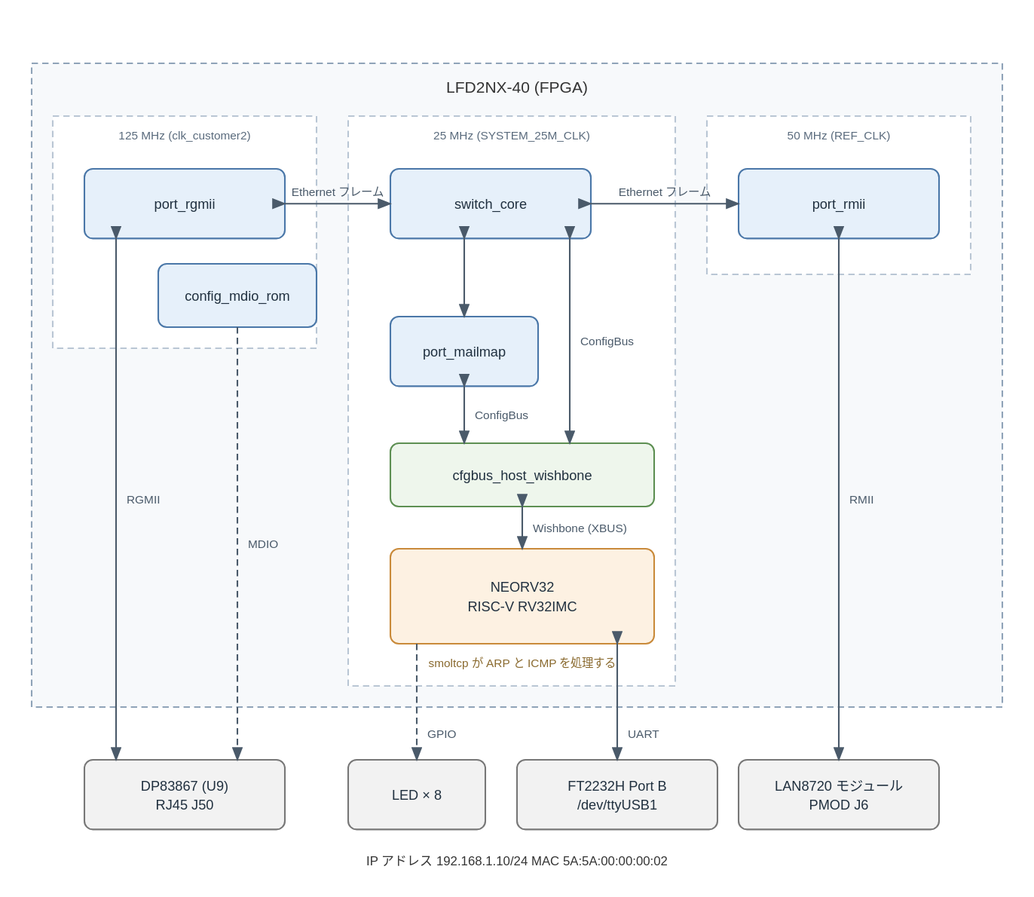
Before: projects/managed_switch/doc/managed_switch_block.drawio.svg, a diagram exported from draw.io (miya930/certus-nx-hello). Source tidied: cells renumbered, new cells last; positions are measured from the earlier drawing's top-left corner, leaving out a move shared by most shapes.
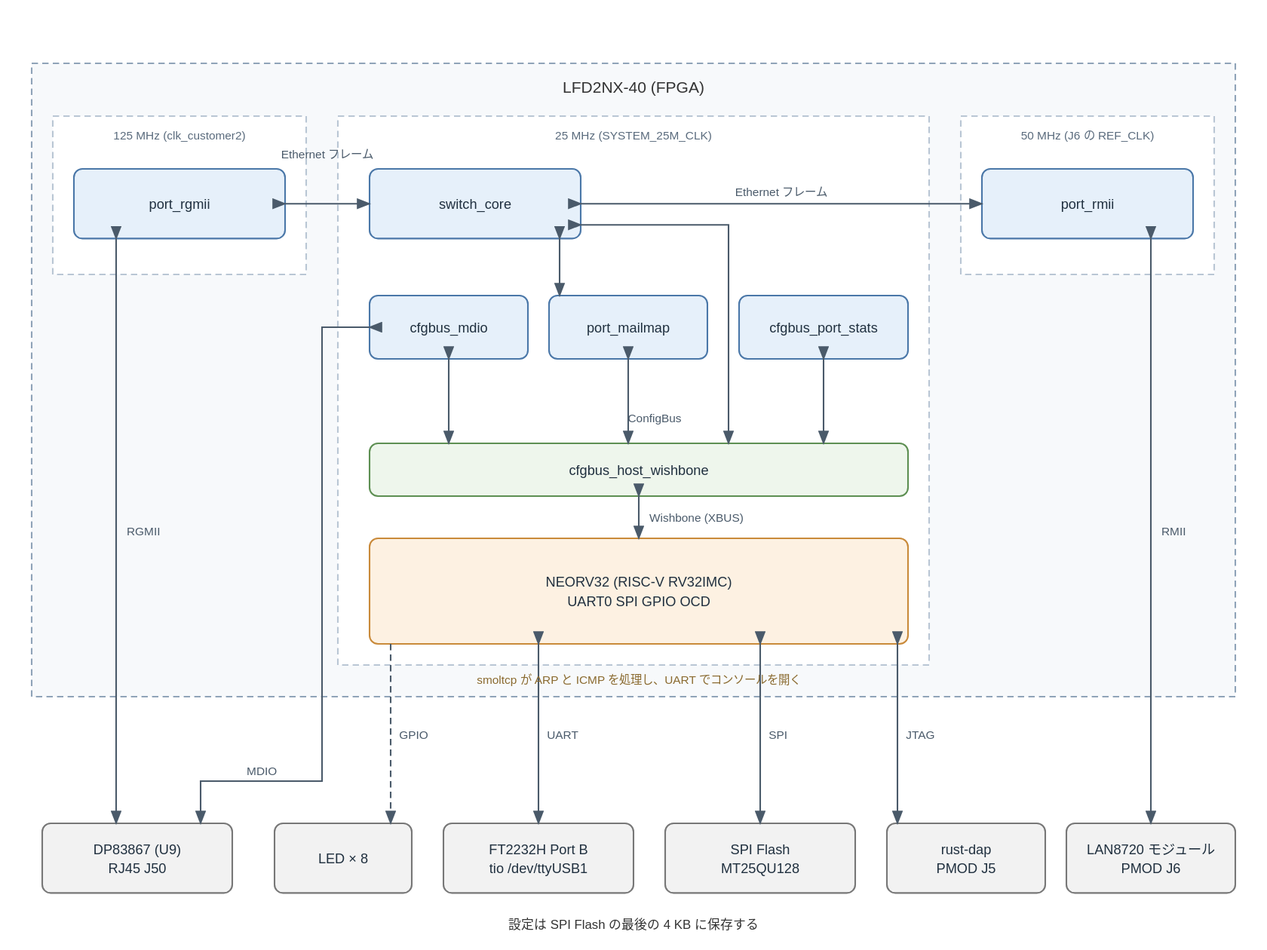
Above is the later version.

What changed in the source:
```diff
@@ -3,133 +3,174 @@
     <mxCell id="0" />
     <mxCell id="1" parent="0" />
     <mxCell id="2" style="rounded=0;dashed=1;dashPattern=6 4;whiteSpace=wrap;html=1;fillColor=#f7f9fb;strokeColor=#8fa3b8;verticalAlign=middle;fontSize=13;" parent="1" vertex="1">
-      <mxGeometry x="55" width="920" height="610" as="geometry" />
+      <mxGeometry x="55" width="1140" height="600" as="geometry" />
     </mxCell>
     <mxCell id="3" style="rounded=0;dashed=1;dashPattern=6 4;whiteSpace=wrap;html=1;fillColor=#ffffff;strokeColor=#b9c6d4;verticalAlign=middle;fontSize=13;" parent="1" vertex="1">
-      <mxGeometry x="75" y="50" width="250" height="220" as="geometry" />
+      <mxGeometry x="75" y="50" width="240" height="150" as="geometry" />
     </mxCell>
     <mxCell id="4" style="rounded=0;dashed=1;dashPattern=6 4;whiteSpace=wrap;html=1;fillColor=#ffffff;strokeColor=#b9c6d4;verticalAlign=middle;fontSize=13;" parent="1" vertex="1">
-      <mxGeometry x="355" y="50" width="310" height="540" as="geometry" />
+      <mxGeometry x="345" y="50" width="560" height="520" as="geometry" />
     </mxCell>
     <mxCell id="5" style="rounded=0;dashed=1;dashPattern=6 4;whiteSpace=wrap;html=1;fillColor=#ffffff;strokeColor=#b9c6d4;verticalAlign=middle;fontSize=13;" parent="1" vertex="1">
-      <mxGeometry x="695" y="50" width="250" height="150" as="geometry" />
+      <mxGeometry x="935" y="50" width="240" height="150" as="geometry" />
     </mxCell>
     <mxCell id="6" value="port_rgmii" style="rounded=1;arcSize=8;dashed=0;whiteSpace=wrap;html=1;fillColor=#e6f0fa;strokeColor=#4a77a8;verticalAlign=middle;fontSize=13;" parent="1" vertex="1">
-      <mxGeometry x="105" y="100" width="190" height="66" as="geometry" />
+      <mxGeometry x="95" y="100" width="200" height="66" as="geometry" />
     </mxCell>
-    <mxCell id="7" value="config_mdio_rom" style="rounded=1;arcSize=8;dashed=0;whiteSpace=wrap;html=1;fillColor=#e6f0fa;strokeColor=#4a77a8;verticalAlign=middle;fontSize=13;" parent="1" vertex="1">
-      <mxGeometry x="175" y="190" width="150" height="60" as="geometry" />
-    </mxCell>
     <mxCell id="8" value="switch_core" style="rounded=1;arcSize=8;dashed=0;whiteSpace=wrap;html=1;fillColor=#e6f0fa;strokeColor=#4a77a8;verticalAlign=middle;fontSize=13;" parent="1" vertex="1">
-      <mxGeometry x="395" y="100" width="190" height="66" as="geometry" />
+      <mxGeometry x="375" y="100" width="200" height="66" as="geometry" />
     </mxCell>
     <mxCell id="9" value="port_rmii" style="rounded=1;arcSize=8;dashed=0;whiteSpace=wrap;html=1;fillColor=#e6f0fa;strokeColor=#4a77a8;verticalAlign=middle;fontSize=13;" parent="1" vertex="1">
-      <mxGeometry x="725" y="100" width="190" height="66" as="geometry" />
+      <mxGeometry x="955" y="100" width="200" height="66" as="geometry" />
     </mxCell>
+    <mxCell id="7" value="cfgbus_mdio" style="rounded=1;arcSize=8;dashed=0;whiteSpace=wrap;html=1;fillColor=#e6f0fa;strokeColor=#4a77a8;verticalAlign=middle;fontSize=13;" parent="1" vertex="1">
+      <mxGeometry x="375" y="220" width="150" height="60" as="geometry" />
+    </mxCell>
     <mxCell id="10" value="port_mailmap" style="rounded=1;arcSize=8;dashed=0;whiteSpace=wrap;html=1;fillColor=#e6f0fa;strokeColor=#4a77a8;verticalAlign=middle;fontSize=13;" parent="1" vertex="1">
-      <mxGeometry x="395" y="240" width="140" height="66" as="geometry" />
+      <mxGeometry x="545" y="220" width="150" height="60" as="geometry" />
     </mxCell>
+    <mxCell id="34" value="cfgbus_port_stats" style="rounded=1;arcSize=8;dashed=0;whiteSpace=wrap;html=1;fillColor=#e6f0fa;strokeColor=#4a77a8;verticalAlign=middle;fontSize=13;" parent="1" vertex="1">
+      <mxGeometry x="725" y="220" width="160" height="60" as="geometry" />
+    </mxCell>
     <mxCell id="11" value="cfgbus_host_wishbone" style="rounded=1;arcSize=8;dashed=0;whiteSpace=wrap;html=1;fillColor=#eef6ec;strokeColor=#5d8f52;verticalAlign=middle;fontSize=13;" parent="1" vertex="1">
-      <mxGeometry x="395" y="360" width="250" height="60" as="geometry" />
+      <mxGeometry x="375" y="360" width="510" height="50" as="geometry" />
     </mxCell>
-    <mxCell id="12" value="NEORV32&#10;RISC-V RV32IMC" style="rounded=1;arcSize=8;dashed=0;whiteSpace=wrap;html=1;fillColor=#fdf1e2;strokeColor=#c98a3a;verticalAlign=middle;fontSize=13;" parent="1" vertex="1">
-      <mxGeometry x="395" y="460" width="250" height="90" as="geometry" />
+    <mxCell id="12" value="NEORV32 (RISC-V RV32IMC)&#10;UART0   SPI   GPIO   OCD" style="rounded=1;arcSize=8;dashed=0;whiteSpace=wrap;html=1;fillColor=#fdf1e2;strokeColor=#c98a3a;verticalAlign=middle;fontSize=13;" parent="1" vertex="1">
+      <mxGeometry x="375" y="450" width="510" height="100" as="geometry" />
     </mxCell>
     <mxCell id="13" value="DP83867 (U9)&#10;RJ45 J50" style="rounded=1;arcSize=8;dashed=0;whiteSpace=wrap;html=1;fillColor=#f2f2f2;strokeColor=#777777;verticalAlign=middle;fontSize=13;" parent="1" vertex="1">
-      <mxGeometry x="105" y="660" width="190" height="66" as="geometry" />
+      <mxGeometry x="65" y="720" width="180" height="66" as="geometry" />
     </mxCell>
     <mxCell id="14" value="LED × 8" style="rounded=1;arcSize=8;dashed=0;whiteSpace=wrap;html=1;fillColor=#f2f2f2;strokeColor=#777777;verticalAlign=middle;fontSize=13;" parent="1" vertex="1">
-      <mxGeometry x="355" y="660" width="130" height="66" as="geometry" />
+      <mxGeometry x="285" y="720" width="130" height="66" as="geometry" />
     </mxCell>
-    <mxCell id="15" value="FT2232H Port B&#10;/dev/ttyUSB1" style="rounded=1;arcSize=8;dashed=0;whiteSpace=wrap;html=1;fillColor=#f2f2f2;strokeColor=#777777;verticalAlign=middle;fontSize=13;" parent="1" vertex="1">
-      <mxGeometry x="515" y="660" width="190" height="66" as="geometry" />
+    <mxCell id="15" value="FT2232H Port B&#10;tio /dev/ttyUSB1" style="rounded=1;arcSize=8;dashed=0;whiteSpace=wrap;html=1;fillColor=#f2f2f2;strokeColor=#777777;verticalAlign=middle;fontSize=13;" parent="1" vertex="1">
+      <mxGeometry x="445" y="720" width="180" height="66" as="geometry" />
     </mxCell>
+    <mxCell id="35" value="SPI Flash&#10;MT25QU128" style="rounded=1;arcSize=8;dashed=0;whiteSpace=wrap;html=1;fillColor=#f2f2f2;strokeColor=#777777;verticalAlign=middle;fontSize=13;" parent="1" vertex="1">
+      <mxGeometry x="655" y="720" width="180" height="66" as="geometry" />
+    </mxCell>
+    <mxCell id="36" value="rust-dap&#10;PMOD J5" style="rounded=1;arcSize=8;dashed=0;whiteSpace=wrap;html=1;fillColor=#f2f2f2;strokeColor=#777777;verticalAlign=middle;fontSize=13;" parent="1" vertex="1">
+      <mxGeometry x="865" y="720" width="150" height="66" as="geometry" />
+    </mxCell>
     <mxCell id="16" value="LAN8720 モジュール&#10;PMOD J6" style="rounded=1;arcSize=8;dashed=0;whiteSpace=wrap;html=1;fillColor=#f2f2f2;strokeColor=#777777;verticalAlign=middle;fontSize=13;" parent="1" vertex="1">
-      <mxGeometry x="725" y="660" width="190" height="66" as="geometry" />
+      <mxGeometry x="1035" y="720" width="160" height="66" as="geometry" />
     </mxCell>
     <mxCell id="17" value="Ethernet フレーム" style="edgeStyle=orthogonalEdgeStyle;html=1;endArrow=classic;endFill=1;startArrow=classic;startFill=1;strokeColor=#4a5a6a;fontSize=11;" parent="1" edge="1">
       <mxGeometry relative="1" as="geometry">
         <mxPoint x="295" y="133" as="sourcePoint" />
-        <mxPoint x="395" y="133" as="targetPoint" />
+        <mxPoint x="375" y="133" as="targetPoint" />
       </mxGeometry>
     </mxCell>
     <mxCell id="18" value="Ethernet フレーム" style="edgeStyle=orthogonalEdgeStyle;html=1;endArrow=classic;endFill=1;startArrow=classic;startFill=1;strokeColor=#4a5a6a;fontSize=11;" parent="1" edge="1">
       <mxGeometry relative="1" as="geometry">
-        <mxPoint x="585" y="133" as="sourcePoint" />
-        <mxPoint x="725" y="133" as="targetPoint" />
+        <mxPoint x="575" y="133" as="sourcePoint" />
+        <mxPoint x="955" y="133" as="targetPoint" />
       </mxGeometry>
     </mxCell>
     <mxCell id="19" style="edgeStyle=orthogonalEdgeStyle;html=1;endArrow=classic;endFill=1;startArrow=classic;startFill=1;strokeColor=#4a5a6a;fontSize=11;" parent="1" edge="1">
       <mxGeometry relative="1" as="geometry">
-        <mxPoint x="465" y="166" as="sourcePoint" />
-        <mxPoint x="465" y="240" as="targetPoint" />
+        <mxPoint x="555" y="166" as="sourcePoint" />
+        <mxPoint x="555" y="220" as="targetPoint" />
       </mxGeometry>
     </mxCell>
     <mxCell id="20" value="ConfigBus" style="edgeStyle=orthogonalEdgeStyle;html=1;endArrow=classic;endFill=1;startArrow=classic;startFill=1;strokeColor=#4a5a6a;fontSize=11;" parent="1" edge="1">
       <mxGeometry relative="1" as="geometry">
-        <mxPoint x="565" y="166" as="sourcePoint" />
-        <mxPoint x="565" y="360" as="targetPoint" />
+        <mxPoint x="575" y="153" as="sourcePoint" />
+        <mxPoint x="715" y="360" as="targetPoint" />
+        <Array as="points">
+          <mxPoint x="715" y="153" />
+        </Array>
       </mxGeometry>
     </mxCell>
-    <mxCell id="21" value="ConfigBus" style="edgeStyle=orthogonalEdgeStyle;html=1;endArrow=classic;endFill=1;startArrow=classic;startFill=1;strokeColor=#4a5a6a;fontSize=11;" parent="1" edge="1">
+    <mxCell id="21" style="edgeStyle=orthogonalEdgeStyle;html=1;endArrow=classic;endFill=1;startArrow=classic;startFill=1;strokeColor=#4a5a6a;fontSize=11;" parent="1" edge="1">
       <mxGeometry relative="1" as="geometry">
-        <mxPoint x="465" y="306" as="sourcePoint" />
-        <mxPoint x="465" y="360" as="targetPoint" />
+        <mxPoint x="450" y="280" as="sourcePoint" />
+        <mxPoint x="450" y="360" as="targetPoint" />
       </mxGeometry>
     </mxCell>
-    <mxCell id="22" value="Wishbone (XBUS)" style="edgeStyle=orthogonalEdgeStyle;html=1;endArrow=classic;endFill=1;startArrow=classic;startFill=1;strokeColor=#4a5a6a;fontSize=11;" parent="1" edge="1">
+    <mxCell id="22" style="edgeStyle=orthogonalEdgeStyle;html=1;endArrow=classic;endFill=1;startArrow=classic;startFill=1;strokeColor=#4a5a6a;fontSize=11;" parent="1" edge="1">
       <mxGeometry relative="1" as="geometry">
-        <mxPoint x="520" y="420" as="sourcePoint" />
-        <mxPoint x="520" y="460" as="targetPoint" />
+        <mxPoint x="620" y="280" as="sourcePoint" />
+        <mxPoint x="620" y="360" as="targetPoint" />
       </mxGeometry>
     </mxCell>
-    <mxCell id="23" value="RGMII" style="edgeStyle=orthogonalEdgeStyle;html=1;endArrow=classic;endFill=1;startArrow=classic;startFill=1;strokeColor=#4a5a6a;fontSize=11;" parent="1" edge="1">
+    <mxCell id="23" style="edgeStyle=orthogonalEdgeStyle;html=1;endArrow=classic;endFill=1;startArrow=classic;startFill=1;strokeColor=#4a5a6a;fontSize=11;" parent="1" edge="1">
       <mxGeometry relative="1" as="geometry">
-        <mxPoint x="135" y="166" as="sourcePoint" />
-        <mxPoint x="135" y="660" as="targetPoint" />
+        <mxPoint x="805" y="280" as="sourcePoint" />
+        <mxPoint x="805" y="360" as="targetPoint" />
       </mxGeometry>
     </mxCell>
-    <mxCell id="24" value="MDIO" style="edgeStyle=orthogonalEdgeStyle;html=1;endArrow=classic;endFill=1;startArrow=none;dashed=1;dashPattern=6 4;strokeColor=#4a5a6a;fontSize=11;" parent="1" edge="1">
+    <mxCell id="24" value="Wishbone (XBUS)" style="edgeStyle=orthogonalEdgeStyle;html=1;endArrow=classic;endFill=1;startArrow=classic;startFill=1;strokeColor=#4a5a6a;fontSize=11;" parent="1" edge="1">
       <mxGeometry relative="1" as="geometry">
-        <mxPoint x="250" y="250" as="sourcePoint" />
-        <mxPoint x="250" y="660" as="targetPoint" />
+        <mxPoint x="630" y="410" as="sourcePoint" />
+        <mxPoint x="630" y="450" as="targetPoint" />
       </mxGeometry>
     </mxCell>
-    <mxCell id="25" value="RMII" style="edgeStyle=orthogonalEdgeStyle;html=1;endArrow=classic;endFill=1;startArrow=classic;startFill=1;strokeColor=#4a5a6a;fontSize=11;" parent="1" edge="1">
+    <mxCell id="25" value="RGMII" style="edgeStyle=orthogonalEdgeStyle;html=1;endArrow=classic;endFill=1;startArrow=classic;startFill=1;strokeColor=#4a5a6a;fontSize=11;" parent="1" edge="1">
       <mxGeometry relative="1" as="geometry">
-        <mxPoint x="820" y="166" as="sourcePoint" />
-        <mxPoint x="820" y="660" as="targetPoint" />
+        <mxPoint x="135" y="166" as="sourcePoint" />
+        <mxPoint x="135" y="720" as="targetPoint" />
       </mxGeometry>
     </mxCell>
-    <mxCell id="26" value="GPIO" style="edgeStyle=orthogonalEdgeStyle;html=1;endArrow=classic;endFill=1;startArrow=none;dashed=1;dashPattern=6 4;strokeColor=#4a5a6a;fontSize=11;" parent="1" edge="1">
+    <mxCell id="26" value="MDIO" style="edgeStyle=orthogonalEdgeStyle;html=1;endArrow=classic;endFill=1;startArrow=classic;startFill=1;strokeColor=#4a5a6a;fontSize=11;" parent="1" edge="1">
       <mxGeometry relative="1" as="geometry">
-        <mxPoint x="420" y="550" as="sourcePoint" />
-        <mxPoint x="420" y="660" as="targetPoint" />
+        <mxPoint x="375" y="250" as="sourcePoint" />
+        <mxPoint x="215" y="720" as="targetPoint" />
+        <Array as="points">
+          <mxPoint x="330" y="250" />
+          <mxPoint x="330" y="680" />
+          <mxPoint x="215" y="680" />
+        </Array>
       </mxGeometry>
     </mxCell>
-    <mxCell id="27" value="UART" style="edgeStyle=orthogonalEdgeStyle;html=1;endArrow=classic;endFill=1;startArrow=classic;startFill=1;strokeColor=#4a5a6a;fontSize=11;" parent="1" edge="1">
+    <mxCell id="27" value="RMII" style="edgeStyle=orthogonalEdgeStyle;html=1;endArrow=classic;endFill=1;startArrow=classic;startFill=1;strokeColor=#4a5a6a;fontSize=11;" parent="1" edge="1">
       <mxGeometry relative="1" as="geometry">
-        <mxPoint x="610" y="550" as="sourcePoint" />
-        <mxPoint x="610" y="660" as="targetPoint" />
+        <mxPoint x="1115" y="166" as="sourcePoint" />
+        <mxPoint x="1115" y="720" as="targetPoint" />
       </mxGeometry>
     </mxCell>
+    <mxCell id="37" value="GPIO" style="edgeStyle=orthogonalEdgeStyle;html=1;endArrow=classic;endFill=1;startArrow=none;dashed=1;dashPattern=6 4;strokeColor=#4a5a6a;fontSize=11;" parent="1" edge="1">
+      <mxGeometry relative="1" as="geometry">
+        <mxPoint x="395" y="550" as="sourcePoint" />
+        <mxPoint x="395" y="720" as="targetPoint" />
+      </mxGeometry>
+    </mxCell>
+    <mxCell id="38" value="UART" style="edgeStyle=orthogonalEdgeStyle;html=1;endArrow=classic;endFill=1;startArrow=classic;startFill=1;strokeColor=#4a5a6a;fontSize=11;" parent="1" edge="1">
+      <mxGeometry relative="1" as="geometry">
+        <mxPoint x="535" y="550" as="sourcePoint" />
+        <mxPoint x="535" y="720" as="targetPoint" />
+      </mxGeometry>
+    </mxCell>
+    <mxCell id="39" value="SPI" style="edgeStyle=orthogonalEdgeStyle;html=1;endArrow=classic;endFill=1;startArrow=classic;startFill=1;strokeColor=#4a5a6a;fontSize=11;" parent="1" edge="1">
+      <mxGeometry relative="1" as="geometry">
+        <mxPoint x="745" y="550" as="sourcePoint" />
+        <mxPoint x="745" y="720" as="targetPoint" />
+      </mxGeometry>
+    </mxCell>
+    <mxCell id="40" value="JTAG" style="edgeStyle=orthogonalEdgeStyle;html=1;endArrow=classic;endFill=1;startArrow=classic;startFill=1;strokeColor=#4a5a6a;fontSize=11;" parent="1" edge="1">
+      <mxGeometry relative="1" as="geometry">
+        <mxPoint x="875" y="550" as="sourcePoint" />
+        <mxPoint x="875" y="720" as="targetPoint" />
+      </mxGeometry>
+    </mxCell>
     <mxCell id="28" value="LFD2NX-40 (FPGA)" style="text;html=1;align=center;verticalAlign=middle;fontSize=15;fontColor=#333333;" parent="1" vertex="1">
-      <mxGeometry x="315" y="16" width="400" height="24" as="geometry" />
+      <mxGeometry x="425" y="16" width="400" height="24" as="geometry" />
     </mxCell>
     <mxCell id="29" value="125 MHz (clk_customer2)" style="text;html=1;align=center;verticalAlign=middle;fontSize=11;fontColor=#5a6b7d;" parent="1" vertex="1">
-      <mxGeometry y="60" width="400" height="24" as="geometry" />
+      <mxGeometry x="-5" y="60" width="400" height="24" as="geometry" />
     </mxCell>
     <mxCell id="30" value="25 MHz (SYSTEM_25M_CLK)" style="text;html=1;align=center;verticalAlign=middle;fontSize=11;fontColor=#5a6b7d;" parent="1" vertex="1">
-      <mxGeometry x="310" y="60" width="400" height="24" as="geometry" />
+      <mxGeometry x="425" y="60" width="400" height="24" as="geometry" />
     </mxCell>
-    <mxCell id="31" value="50 MHz (REF_CLK)" style="text;html=1;align=center;verticalAlign=middle;fontSize=11;fontColor=#5a6b7d;" parent="1" vertex="1">
-      <mxGeometry x="620" y="60" width="400" height="24" as="geometry" />
+    <mxCell id="31" value="50 MHz (J6 の REF_CLK)" style="text;html=1;align=center;verticalAlign=middle;fontSize=11;fontColor=#5a6b7d;" parent="1" vertex="1">
+      <mxGeometry x="855" y="60" width="400" height="24" as="geometry" />
     </mxCell>
-    <mxCell id="32" value="smoltcp が ARP と ICMP を処理する" style="text;html=1;align=center;verticalAlign=middle;fontSize=11;fontColor=#8a6a2f;" parent="1" vertex="1">
-      <mxGeometry x="320" y="560" width="400" height="24" as="geometry" />
+    <mxCell id="32" value="smoltcp が ARP と ICMP を処理し、UART でコンソールを開く" style="text;html=1;align=center;verticalAlign=middle;fontSize=11;fontColor=#8a6a2f;" parent="1" vertex="1">
+      <mxGeometry x="430" y="576" width="400" height="24" as="geometry" />
     </mxCell>
-    <mxCell id="33" value="IP アドレス 192.168.1.10/24   MAC 5A:5A:00:00:00:02" style="text;html=1;align=center;verticalAlign=middle;fontSize=12;fontColor=#333333;" parent="1" vertex="1">
-      <mxGeometry x="315" y="748" width="400" height="24" as="geometry" />
+    <mxCell id="33" value="設定は SPI Flash の最後の 4 KB に保存する" style="text;html=1;align=center;verticalAlign=middle;fontSize=12;fontColor=#333333;" parent="1" vertex="1">
+      <mxGeometry x="425" y="808" width="400" height="24" as="geometry" />
     </mxCell>
   </root>
 </mxGraphModel>
```
